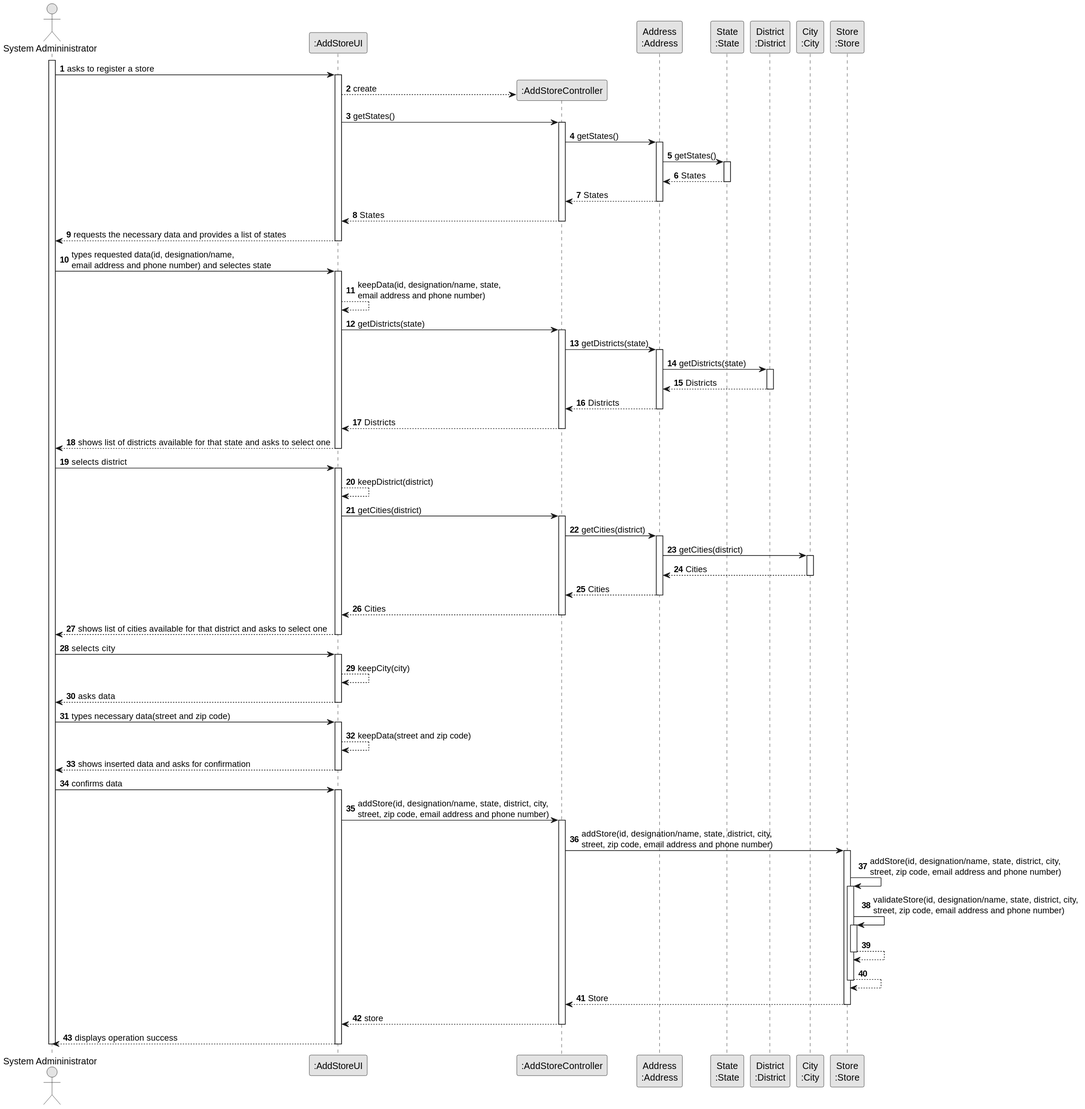
This is docs/sprintB/US05/03.design/svg/us05-sequence-diagram-full.svg from PureNimble/ISEP-LAPR2, a PlantUML export, as it was before one commit. The source it was exported from:
```plantuml
@startuml
skinparam monochrome true
skinparam packageStyle rectangle
skinparam shadowing false

autonumber

actor "System Admininistrator" as Admin
participant ":AddStoreUI" as AddStoreUI
participant ":AddStoreController" as AddStoreController
participant "Address\n:Address" as Address
participant "State\n:State" as State
participant "District\n:District" as District
participant "City\n:City" as City
participant "Store\n:Store" as Store

activate Admin

    Admin -> AddStoreUI : asks to register a store

        activate AddStoreUI
            create AddStoreController
            AddStoreUI --> AddStoreController** : create
            AddStoreUI -> AddStoreController : getStates()
            activate AddStoreController
                AddStoreController -> Address : getStates()
                    activate Address
                        Address -> State : getStates()
                            activate State
                                State --> Address : States
                            deactivate State
                        Address --> AddStoreController : States
                    deactivate Address
                AddStoreController --> AddStoreUI : States
            deactivate AddStoreController
            AddStoreUI --> Admin : requests the necessary data and provides a list of states
        deactivate AddStoreUI

    Admin -> AddStoreUI : types requested data(id, designation/name, \nemail address and phone number) and selectes state
        activate AddStoreUI
        AddStoreUI --> AddStoreUI : keepData(id, designation/name, state, \nemail address and phone number)
            AddStoreUI -> AddStoreController : getDistricts(state)
                activate AddStoreController
                    AddStoreController -> Address : getDistricts(state)
                        activate Address
                            Address -> District : getDistricts(state)
                                activate District
                                    District --> Address : Districts
                                deactivate District
                            Address --> AddStoreController : Districts
                        deactivate Address
                    AddStoreController --> AddStoreUI : Districts
                deactivate AddStoreController
            AddStoreUI --> Admin : shows list of districts available for that state and asks to select one
        deactivate AddStoreUI

    Admin -> AddStoreUI : selects district
        activate AddStoreUI
        AddStoreUI --> AddStoreUI : keepDistrict(district)
            AddStoreUI -> AddStoreController : getCities(district)
                activate AddStoreController
                    AddStoreController -> Address : getCities(district)
                        activate Address
                            Address -> City : getCities(district)
                                activate City
                                    City --> Address : Cities
                                deactivate City
                            Address --> AddStoreController : Cities
                        deactivate Address
                    AddStoreController --> AddStoreUI : Cities
                deactivate AddStoreController
            AddStoreUI --> Admin : shows list of cities available for that district and asks to select one
        deactivate AddStoreUI
    Admin -> AddStoreUI : selects city
        activate AddStoreUI
        AddStoreUI --> AddStoreUI : keepCity(city)
        AddStoreUI --> Admin : asks data
    deactivate AddStoreUI
    Admin -> AddStoreUI : types necessary data(street and zip code)
        activate AddStoreUI
        AddStoreUI --> AddStoreUI : keepData(street and zip code)

        AddStoreUI --> Admin : shows inserted data and asks for confirmation
    deactivate AddStoreUI

    Admin -> AddStoreUI : confirms data
    activate AddStoreUI

        AddStoreUI -> AddStoreController : addStore(id, designation/name, state, district, city, \nstreet, zip code, email address and phone number)
        activate AddStoreController


            AddStoreController -> Store : addStore(id, designation/name, state, district, city, \nstreet, zip code, email address and phone number)

            activate Store

               Store -> Store : addStore(id, designation/name, state, district, city, \nstreet, zip code, email address and phone number)
                activate Store
                        Store -> Store : validateStore(id, designation/name, state, district, city, \nstreet, zip code, email address and phone number)
                            activate Store
                                Store --> Store
                            deactivate Store
                            Store --> Store
                    deactivate Store
                    Store --> AddStoreController : Store
            deactivate Store
        AddStoreController --> AddStoreUI : store
        deactivate AddStoreController
        AddStoreUI --> Admin : displays operation success
    deactivate AddStoreUI

deactivate Admin

@enduml
```
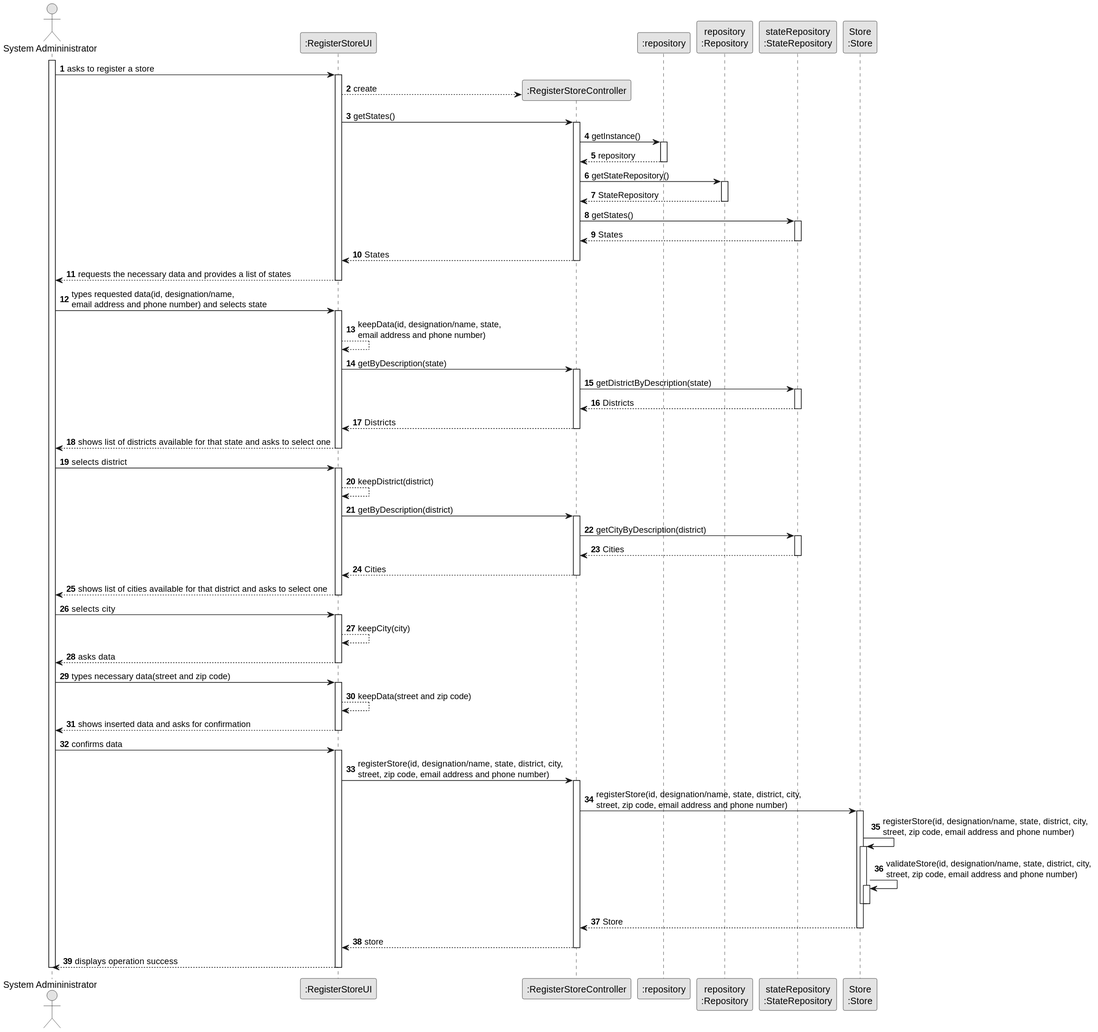
Later version of the same file.

The edit, as a diff of the source:
```diff
@@ -6,108 +6,108 @@
 autonumber
 
 actor "System Admininistrator" as Admin
-participant ":AddStoreUI" as AddStoreUI
-participant ":AddStoreController" as AddStoreController
-participant "Address\n:Address" as Address
-participant "State\n:State" as State
-participant "District\n:District" as District
-participant "City\n:City" as City
+participant ":RegisterStoreUI" as RegisterStoreUI
+participant ":RegisterStoreController" as RegisterStoreController
+participant ":repository" as RepositorySingleton
+participant "repository\n:Repository" as repository
+participant "stateRepository\n:StateRepository" as StateRepository
 participant "Store\n:Store" as Store
 
 activate Admin
 
-    Admin -> AddStoreUI : asks to register a store
+    Admin -> RegisterStoreUI : asks to register a store
 
-        activate AddStoreUI
-            create AddStoreController
-            AddStoreUI --> AddStoreController** : create
-            AddStoreUI -> AddStoreController : getStates()
-            activate AddStoreController
-                AddStoreController -> Address : getStates()
-                    activate Address
-                        Address -> State : getStates()
-                            activate State
-                                State --> Address : States
-                            deactivate State
-                        Address --> AddStoreController : States
-                    deactivate Address
-                AddStoreController --> AddStoreUI : States
-            deactivate AddStoreController
-            AddStoreUI --> Admin : requests the necessary data and provides a list of states
-        deactivate AddStoreUI
+        activate RegisterStoreUI
+            create RegisterStoreController
+            RegisterStoreUI --> RegisterStoreController** : create
+            RegisterStoreUI -> RegisterStoreController : getStates()
+            activate RegisterStoreController
+            RegisterStoreController -> RepositorySingleton : getInstance()
+            activate RepositorySingleton
 
-    Admin -> AddStoreUI : types requested data(id, designation/name, \nemail address and phone number) and selectes state
-        activate AddStoreUI
-        AddStoreUI --> AddStoreUI : keepData(id, designation/name, state, \nemail address and phone number)
-            AddStoreUI -> AddStoreController : getDistricts(state)
-                activate AddStoreController
-                    AddStoreController -> Address : getDistricts(state)
-                        activate Address
-                            Address -> District : getDistricts(state)
-                                activate District
-                                    District --> Address : Districts
-                                deactivate District
-                            Address --> AddStoreController : Districts
-                        deactivate Address
-                    AddStoreController --> AddStoreUI : Districts
-                deactivate AddStoreController
-            AddStoreUI --> Admin : shows list of districts available for that state and asks to select one
-        deactivate AddStoreUI
+                RepositorySingleton --> RegisterStoreController : repository
 
-    Admin -> AddStoreUI : selects district
-        activate AddStoreUI
-        AddStoreUI --> AddStoreUI : keepDistrict(district)
-            AddStoreUI -> AddStoreController : getCities(district)
-                activate AddStoreController
-                    AddStoreController -> Address : getCities(district)
-                        activate Address
-                            Address -> City : getCities(district)
-                                activate City
-                                    City --> Address : Cities
-                                deactivate City
-                            Address --> AddStoreController : Cities
-                        deactivate Address
-                    AddStoreController --> AddStoreUI : Cities
-                deactivate AddStoreController
-            AddStoreUI --> Admin : shows list of cities available for that district and asks to select one
-        deactivate AddStoreUI
-    Admin -> AddStoreUI : selects city
-        activate AddStoreUI
-        AddStoreUI --> AddStoreUI : keepCity(city)
-        AddStoreUI --> Admin : asks data
-    deactivate AddStoreUI
-    Admin -> AddStoreUI : types necessary data(street and zip code)
-        activate AddStoreUI
-        AddStoreUI --> AddStoreUI : keepData(street and zip code)
+            deactivate RepositorySingleton
 
-        AddStoreUI --> Admin : shows inserted data and asks for confirmation
-    deactivate AddStoreUI
+            RegisterStoreController -> repository : getStateRepository()
 
-    Admin -> AddStoreUI : confirms data
-    activate AddStoreUI
+            activate repository
 
-        AddStoreUI -> AddStoreController : addStore(id, designation/name, state, district, city, \nstreet, zip code, email address and phone number)
-        activate AddStoreController
+                repository --> RegisterStoreController : StateRepository
+
+            deactivate repository
+                RegisterStoreController -> StateRepository : getStates()
+                    activate StateRepository
+                        StateRepository --> RegisterStoreController : States
+                    deactivate StateRepository
+                RegisterStoreController --> RegisterStoreUI : States
+            deactivate RegisterStoreController
+            RegisterStoreUI --> Admin : requests the necessary data and provides a list of states
+        deactivate RegisterStoreUI
+
+    Admin -> RegisterStoreUI : types requested data(id, designation/name, \nemail address and phone number) and selects state
+        activate RegisterStoreUI
+        RegisterStoreUI --> RegisterStoreUI : keepData(id, designation/name, state, \nemail address and phone number)
+            RegisterStoreUI -> RegisterStoreController : getByDescription(state)
+                activate RegisterStoreController
+                            RegisterStoreController -> StateRepository : getDistrictByDescription(state)
+                        activate StateRepository
+                        StateRepository --> RegisterStoreController : Districts
+                        deactivate StateRepository
+                    RegisterStoreController --> RegisterStoreUI : Districts
+                deactivate RegisterStoreController
+            RegisterStoreUI --> Admin : shows list of districts available for that state and asks to select one
+        deactivate RegisterStoreUI
+
+    Admin -> RegisterStoreUI : selects district
+        activate RegisterStoreUI
+        RegisterStoreUI --> RegisterStoreUI : keepDistrict(district)
+        RegisterStoreUI -> RegisterStoreController : getByDescription(district)
+            activate RegisterStoreController
+                        RegisterStoreController -> StateRepository : getCityByDescription(district)
+                        activate StateRepository
+
+                        StateRepository --> RegisterStoreController : Cities
+                        deactivate StateRepository
+                    RegisterStoreController --> RegisterStoreUI : Cities
+            deactivate RegisterStoreController
+            RegisterStoreUI --> Admin : shows list of cities available for that district and asks to select one
+        deactivate RegisterStoreUI
+    Admin -> RegisterStoreUI : selects city
+        activate RegisterStoreUI
+        RegisterStoreUI --> RegisterStoreUI : keepCity(city)
+        RegisterStoreUI --> Admin : asks data
+    deactivate RegisterStoreUI
+    Admin -> RegisterStoreUI : types necessary data(street and zip code)
+        activate RegisterStoreUI
+        RegisterStoreUI --> RegisterStoreUI : keepData(street and zip code)
+
+        RegisterStoreUI --> Admin : shows inserted data and asks for confirmation
+    deactivate RegisterStoreUI
+
+    Admin -> RegisterStoreUI : confirms data
+    activate RegisterStoreUI
+
+        RegisterStoreUI -> RegisterStoreController : registerStore(id, designation/name, state, district, city, \nstreet, zip code, email address and phone number)
+        activate RegisterStoreController
 
 
-            AddStoreController -> Store : addStore(id, designation/name, state, district, city, \nstreet, zip code, email address and phone number)
+            RegisterStoreController -> Store : registerStore(id, designation/name, state, district, city, \nstreet, zip code, email address and phone number)
 
             activate Store
 
-               Store -> Store : addStore(id, designation/name, state, district, city, \nstreet, zip code, email address and phone number)
+               Store -> Store : registerStore(id, designation/name, state, district, city, \nstreet, zip code, email address and phone number)
                 activate Store
                         Store -> Store : validateStore(id, designation/name, state, district, city, \nstreet, zip code, email address and phone number)
                             activate Store
-                                Store --> Store
-                            deactivate Store
-                            Store --> Store
                     deactivate Store
-                    Store --> AddStoreController : Store
+                deactivate Store
+                    Store --> RegisterStoreController : Store
             deactivate Store
-        AddStoreController --> AddStoreUI : store
-        deactivate AddStoreController
-        AddStoreUI --> Admin : displays operation success
-    deactivate AddStoreUI
+        RegisterStoreController --> RegisterStoreUI : store
+        deactivate RegisterStoreController
+        RegisterStoreUI --> Admin : displays operation success
+    deactivate RegisterStoreUI
 
 deactivate Admin
 
```
